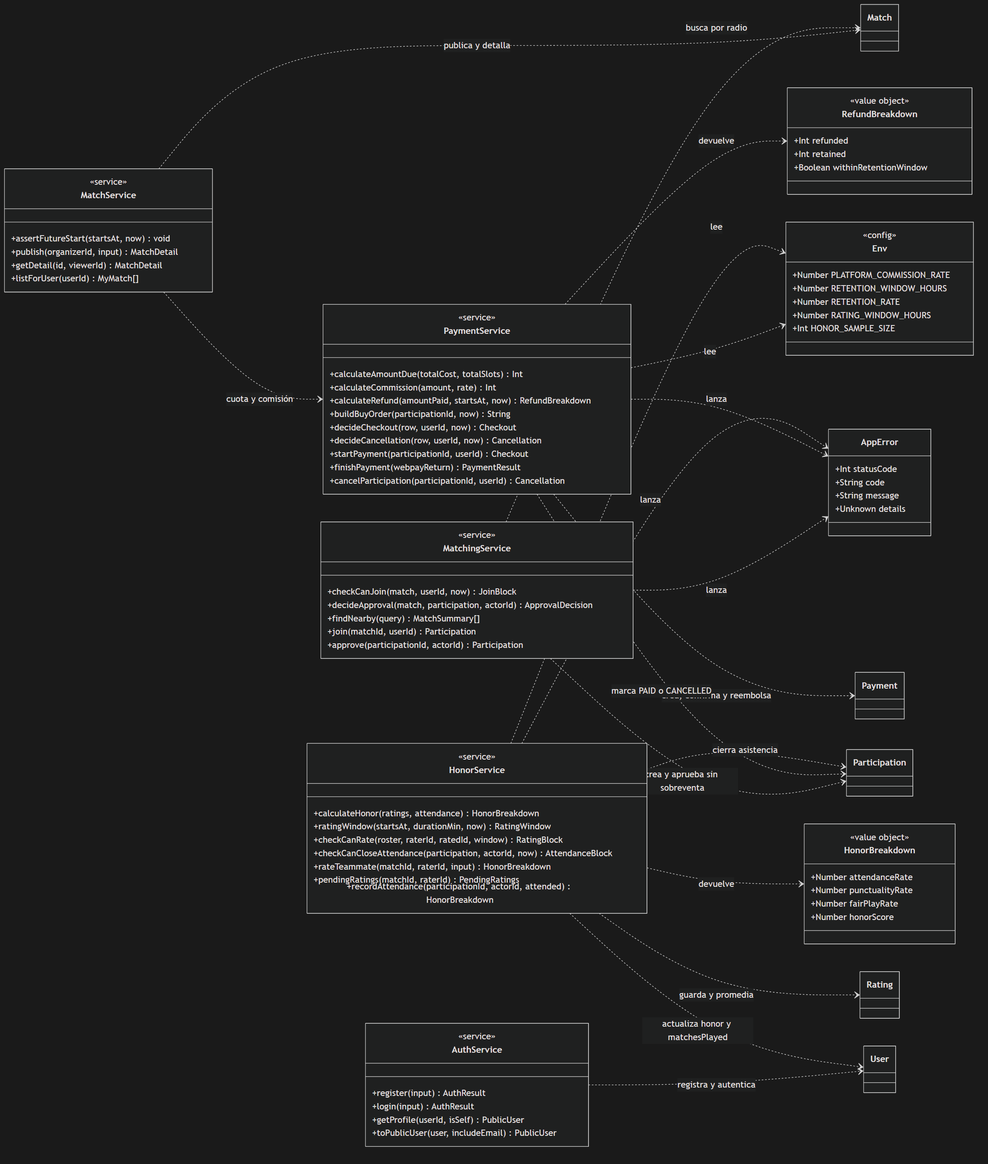
The Mermaid diagram fase-2-desarrollo/docs/diagramas/clases-servicios.png in avenaaaa/KANCHA, before a commit. Its source is kept beside it as fase-2-desarrollo/docs/diagramas/clases-servicios.mmd.
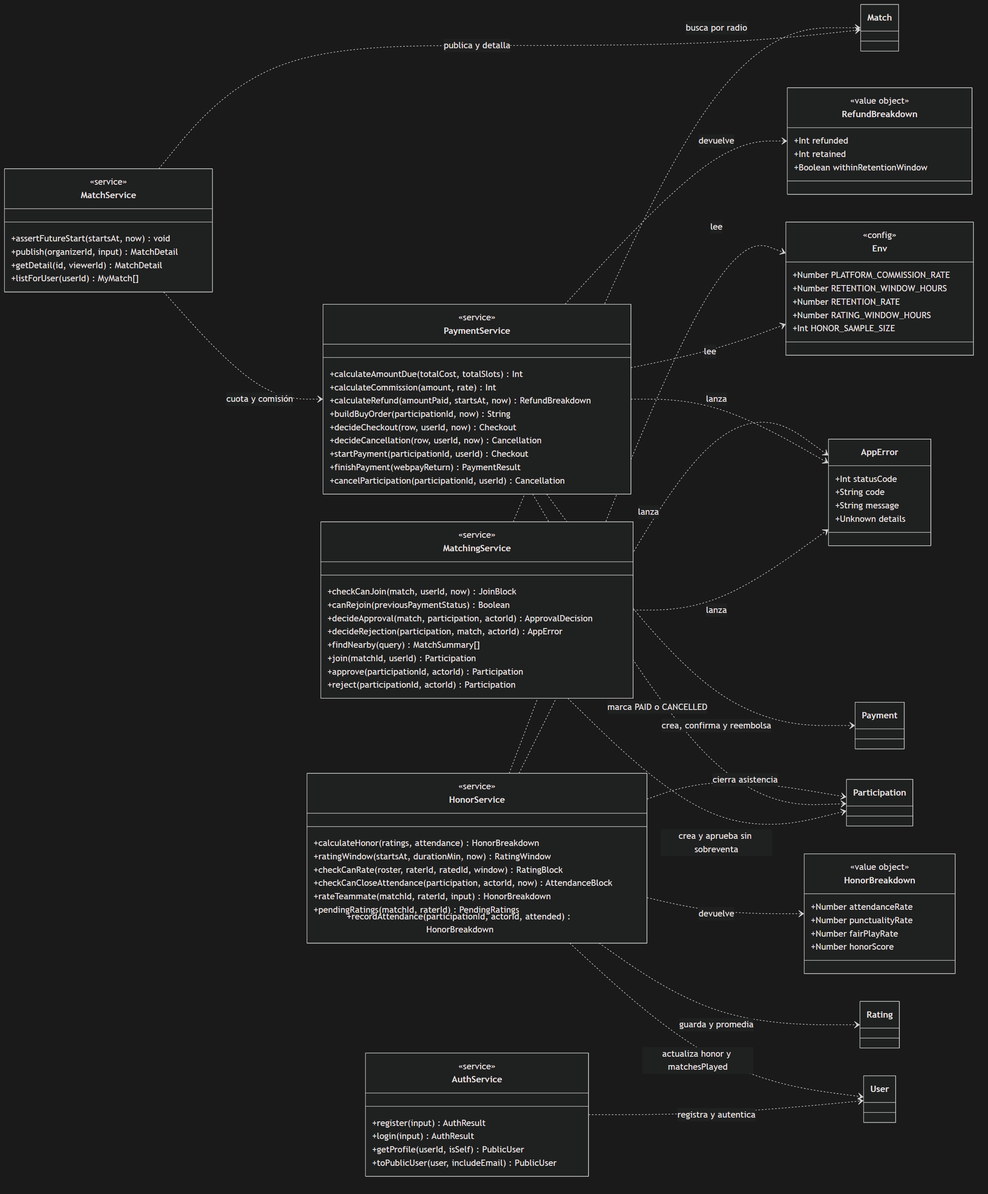
Above is the later version.

The edit, as a diff of the source:
```diff
@@ -28,10 +28,13 @@
     class MatchingService {
         <<service>>
         +checkCanJoin(match, userId, now) JoinBlock
+        +canRejoin(previousPaymentStatus) Boolean
         +decideApproval(match, participation, actorId) ApprovalDecision
+        +decideRejection(participation, match, actorId) AppError
         +findNearby(query) MatchSummary[]
         +join(matchId, userId) Participation
         +approve(participationId, actorId) Participation
+        +reject(participationId, actorId) Participation
     }
 
     class MatchService {
```
